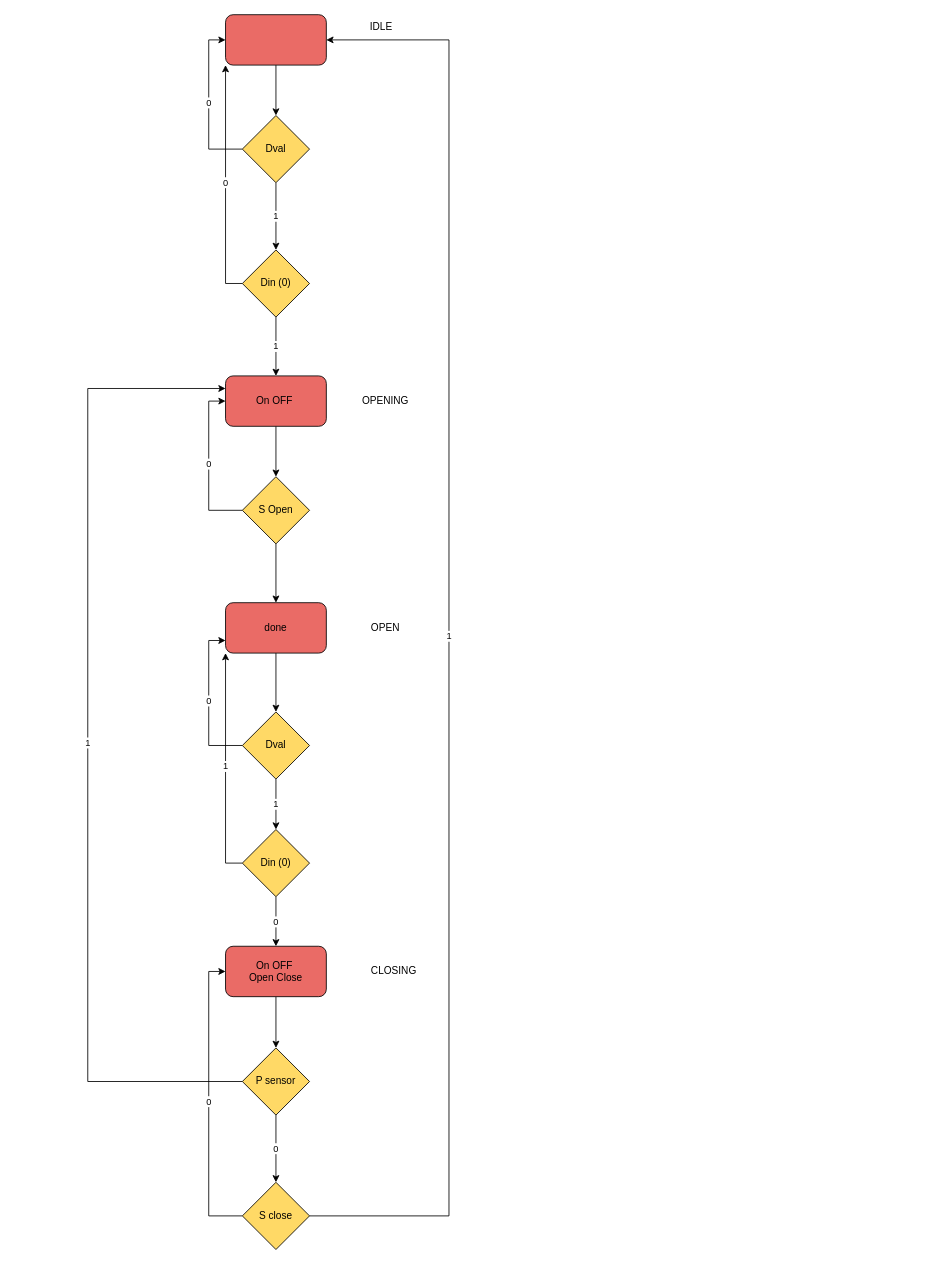
This is door_controller.drawio from alimertgok/Hardware-and-Software-Lab, a draw.io file, before an edit. Source tidied: cells renumbered, new cells numbered last; positions are measured from the earlier drawing's top-left corner, leaving out a move shared by most shapes. Both pictures are drawn from the tidied source at 84%, with x=0, y=0 at pixel (87, 14).
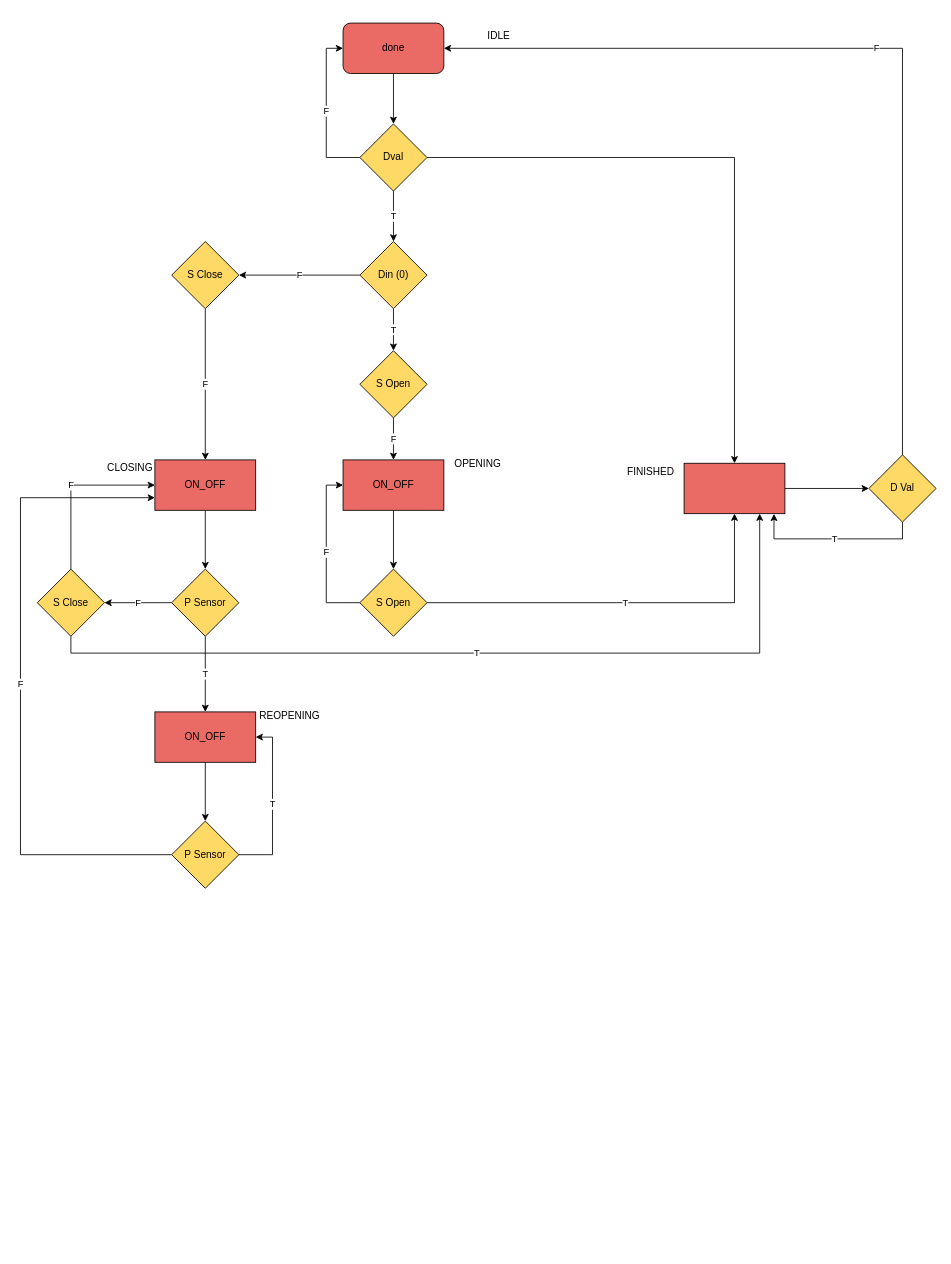
After the change.

What changed in the source:
```diff
@@
-    <mxCell id="3" style="rounded=1;whiteSpace=wrap;html=1;fillColor=#EA6B66;" parent="1" vertex="1">
-      <mxGeometry x="164" width="120" height="60" as="geometry" />
+    <mxCell id="3" value="done" style="rounded=1;whiteSpace=wrap;html=1;fillColor=#EA6B66;" parent="1" vertex="1">
+      <mxGeometry x="303.9" y="10" width="120" height="60" as="geometry" />
     </mxCell>
-    <mxCell id="4" value="1" style="edgeStyle=orthogonalEdgeStyle;rounded=0;jettySize=auto;html=1;" parent="1" edge="1" source="6" target="9">
+    <mxCell id="4" value="T" style="edgeStyle=orthogonalEdgeStyle;rounded=0;jettySize=auto;html=1;" parent="1" edge="1" source="6" target="9">
       <mxGeometry relative="1" as="geometry" />
     </mxCell>
+    <mxCell id="35" style="edgeStyle=orthogonalEdgeStyle;rounded=0;jettySize=auto;html=1;" parent="1" edge="1" source="6" target="46">
+      <mxGeometry relative="1" as="geometry" />
+    </mxCell>
-    <mxCell id="5" value="0" style="edgeStyle=orthogonalEdgeStyle;rounded=0;jettySize=auto;html=1;exitX=0;exitY=0.5;exitDx=0;exitDy=0;entryX=0;entryY=0.5;entryDx=0;entryDy=0;" parent="1" edge="1" source="6" target="3">
+    <mxCell id="5" value="F" style="edgeStyle=orthogonalEdgeStyle;rounded=0;jettySize=auto;html=1;exitX=0;exitY=0.5;exitDx=0;exitDy=0;entryX=0;entryY=0.5;entryDx=0;entryDy=0;" parent="1" edge="1" source="6" target="3">
       <mxGeometry relative="1" as="geometry" />
     </mxCell>
     <mxCell id="6" value="Dval" style="rhombus;whiteSpace=wrap;html=1;fillColor=#FFD966;" parent="1" vertex="1">
-      <mxGeometry x="184" y="120" width="80" height="80" as="geometry" />
+      <mxGeometry x="323.9" y="130" width="80" height="80" as="geometry" />
     </mxCell>
-    <mxCell id="7" value="0" style="edgeStyle=orthogonalEdgeStyle;rounded=0;jettySize=auto;html=1;exitX=0;exitY=0.5;exitDx=0;exitDy=0;entryX=0;entryY=1;entryDx=0;entryDy=0;" parent="1" edge="1" source="9" target="3">
-      <mxGeometry relative="1" as="geometry" />
-    </mxCell>
-    <mxCell id="8" value="1" style="edgeStyle=orthogonalEdgeStyle;rounded=0;jettySize=auto;html=1;" parent="1" edge="1" source="9" target="12">
-      <mxGeometry relative="1" as="geometry" />
-    </mxCell>
+    <mxCell id="36" value="T" style="edgeStyle=orthogonalEdgeStyle;rounded=0;jettySize=auto;html=1;exitX=0.5;exitY=1;exitDx=0;exitDy=0;entryX=0.5;entryY=0;entryDx=0;entryDy=0;" parent="1" edge="1" source="9" target="15">
+      <mxGeometry relative="1" as="geometry" />
+    </mxCell>
+    <mxCell id="37" value="F" style="edgeStyle=orthogonalEdgeStyle;rounded=0;jettySize=auto;html=1;" parent="1" edge="1" source="9" target="42">
+      <mxGeometry relative="1" as="geometry" />
+    </mxCell>
     <mxCell id="9" value="Din (0)" style="rhombus;whiteSpace=wrap;html=1;fillColor=#FFD966;" parent="1" vertex="1">
-      <mxGeometry x="184" y="280" width="80" height="80" as="geometry" />
+      <mxGeometry x="323.9" y="270" width="80" height="80" as="geometry" />
     </mxCell>
     <mxCell id="10" value="IDLE" style="text;html=1;align=center;verticalAlign=middle;strokeColor=none;fillColor=none;" parent="1" vertex="1">
-      <mxGeometry x="324" width="50" height="30" as="geometry" />
+      <mxGeometry x="463.9" y="10" width="50" height="30" as="geometry" />
     </mxCell>
-    <mxCell id="11" style="edgeStyle=orthogonalEdgeStyle;rounded=0;jettySize=auto;html=1;exitX=0.5;exitY=1;exitDx=0;exitDy=0;entryX=0.5;entryY=0;entryDx=0;entryDy=0;" parent="1" edge="1" source="12" target="15">
-      <mxGeometry relative="1" as="geometry" />
-    </mxCell>
-    <mxCell id="12" value="On OFF&amp;nbsp;" style="rounded=1;whiteSpace=wrap;html=1;fillColor=#EA6B66;" parent="1" vertex="1">
-      <mxGeometry x="164" y="430" width="120" height="60" as="geometry" />
-    </mxCell>
-    <mxCell id="13" value="0" style="edgeStyle=orthogonalEdgeStyle;rounded=0;jettySize=auto;html=1;exitX=0;exitY=0.5;exitDx=0;exitDy=0;entryX=0;entryY=0.5;entryDx=0;entryDy=0;" parent="1" edge="1" source="15" target="12">
-      <mxGeometry relative="1" as="geometry" />
-    </mxCell>
-    <mxCell id="14" style="edgeStyle=orthogonalEdgeStyle;rounded=0;jettySize=auto;html=1;exitX=0.5;exitY=1;exitDx=0;exitDy=0;entryX=0.5;entryY=0;entryDx=0;entryDy=0;" parent="1" edge="1" source="15" target="18">
-      <mxGeometry relative="1" as="geometry" />
-    </mxCell>
+    <mxCell id="16" value="OPENING" style="text;html=1;align=center;verticalAlign=middle;strokeColor=none;fillColor=none;" parent="1" vertex="1">
+      <mxGeometry x="423.9" y="520" width="80" height="30" as="geometry" />
+    </mxCell>
+    <mxCell id="38" value="F" style="edgeStyle=orthogonalEdgeStyle;rounded=0;jettySize=auto;html=1;exitX=0.5;exitY=1;exitDx=0;exitDy=0;entryX=0.5;entryY=0;entryDx=0;entryDy=0;" parent="1" edge="1" source="15" target="40">
+      <mxGeometry relative="1" as="geometry" />
+    </mxCell>
     <mxCell id="15" value="S Open" style="rhombus;whiteSpace=wrap;html=1;fillColor=#FFD966;" parent="1" vertex="1">
-      <mxGeometry x="184" y="550" width="80" height="80" as="geometry" />
+      <mxGeometry x="323.9" y="400" width="80" height="80" as="geometry" />
     </mxCell>
-    <mxCell id="16" value="OPENING" style="text;html=1;align=center;verticalAlign=middle;strokeColor=none;fillColor=none;" parent="1" vertex="1">
-      <mxGeometry x="314" y="445" width="80" height="30" as="geometry" />
-    </mxCell>
-    <mxCell id="17" style="edgeStyle=orthogonalEdgeStyle;rounded=0;jettySize=auto;html=1;exitX=0.5;exitY=1;exitDx=0;exitDy=0;entryX=0.5;entryY=0;entryDx=0;entryDy=0;" parent="1" edge="1" source="18" target="22">
-      <mxGeometry relative="1" as="geometry" />
-    </mxCell>
-    <mxCell id="18" value="done" style="rounded=1;whiteSpace=wrap;html=1;fillColor=#EA6B66;" parent="1" vertex="1">
-      <mxGeometry x="164" y="700" width="120" height="60" as="geometry" />
-    </mxCell>
-    <mxCell id="19" value="OPEN" style="text;html=1;align=center;verticalAlign=middle;strokeColor=none;fillColor=none;" parent="1" vertex="1">
-      <mxGeometry x="324" y="715" width="60" height="30" as="geometry" />
-    </mxCell>
-    <mxCell id="20" value="0" style="edgeStyle=orthogonalEdgeStyle;rounded=0;jettySize=auto;html=1;exitX=0;exitY=0.5;exitDx=0;exitDy=0;entryX=0;entryY=0.75;entryDx=0;entryDy=0;" parent="1" edge="1" source="22" target="18">
-      <mxGeometry relative="1" as="geometry" />
-    </mxCell>
-    <mxCell id="21" value="1" style="edgeStyle=orthogonalEdgeStyle;rounded=0;jettySize=auto;html=1;" parent="1" edge="1" source="22" target="25">
-      <mxGeometry relative="1" as="geometry" />
-    </mxCell>
-    <mxCell id="22" value="Dval" style="rhombus;whiteSpace=wrap;html=1;fillColor=#FFD966;" parent="1" vertex="1">
-      <mxGeometry x="184" y="830" width="80" height="80" as="geometry" />
-    </mxCell>
-    <mxCell id="23" value="1" style="edgeStyle=orthogonalEdgeStyle;rounded=0;jettySize=auto;html=1;exitX=0;exitY=0.5;exitDx=0;exitDy=0;entryX=0;entryY=1;entryDx=0;entryDy=0;" parent="1" edge="1" source="25" target="18">
-      <mxGeometry relative="1" as="geometry" />
-    </mxCell>
-    <mxCell id="24" value="0" style="edgeStyle=orthogonalEdgeStyle;rounded=0;jettySize=auto;html=1;exitX=0.5;exitY=1;exitDx=0;exitDy=0;" parent="1" edge="1" source="25" target="27">
-      <mxGeometry relative="1" as="geometry" />
-    </mxCell>
-    <mxCell id="25" value="Din (0)" style="rhombus;whiteSpace=wrap;html=1;fillColor=#FFD966;" parent="1" vertex="1">
-      <mxGeometry x="184" y="970" width="80" height="80" as="geometry" />
-    </mxCell>
-    <mxCell id="26" style="edgeStyle=orthogonalEdgeStyle;rounded=0;jettySize=auto;html=1;exitX=0.5;exitY=1;exitDx=0;exitDy=0;entryX=0.5;entryY=0;entryDx=0;entryDy=0;" parent="1" edge="1" source="27" target="30">
-      <mxGeometry relative="1" as="geometry" />
-    </mxCell>
-    <mxCell id="27" value="On OFF&amp;nbsp;&lt;br&gt;Open Close" style="rounded=1;whiteSpace=wrap;html=1;fillColor=#EA6B66;" parent="1" vertex="1">
-      <mxGeometry x="164" y="1109" width="120" height="60" as="geometry" />
-    </mxCell>
+    <mxCell id="39" style="edgeStyle=orthogonalEdgeStyle;rounded=0;jettySize=auto;html=1;" parent="1" edge="1" source="40" target="50">
+      <mxGeometry relative="1" as="geometry" />
+    </mxCell>
+    <mxCell id="40" value="ON_OFF" style="rounded=0;whiteSpace=wrap;html=1;fillColor=#EA6B66;" parent="1" vertex="1">
+      <mxGeometry x="303.9" y="530" width="120" height="60" as="geometry" />
+    </mxCell>
+    <mxCell id="41" value="F" style="edgeStyle=orthogonalEdgeStyle;rounded=0;jettySize=auto;html=1;" parent="1" edge="1" source="42" target="44">
+      <mxGeometry relative="1" as="geometry" />
+    </mxCell>
+    <mxCell id="42" value="S Close" style="rhombus;whiteSpace=wrap;html=1;fillColor=#FFD966;" parent="1" vertex="1">
+      <mxGeometry x="99.9" y="270" width="80" height="80" as="geometry" />
+    </mxCell>
+    <mxCell id="43" style="edgeStyle=orthogonalEdgeStyle;rounded=0;jettySize=auto;html=1;" parent="1" edge="1" source="44" target="53">
+      <mxGeometry relative="1" as="geometry" />
+    </mxCell>
+    <mxCell id="44" value="ON_OFF" style="whiteSpace=wrap;html=1;fillColor=#EA6B66;" parent="1" vertex="1">
+      <mxGeometry x="79.9" y="530" width="120" height="60" as="geometry" />
+    </mxCell>
     <mxCell id="28" value="CLOSING" style="text;html=1;align=center;verticalAlign=middle;strokeColor=none;fillColor=none;" parent="1" vertex="1">
-      <mxGeometry x="324" y="1124" width="80" height="30" as="geometry" />
+      <mxGeometry x="9.9" y="525" width="80" height="30" as="geometry" />
     </mxCell>
-    <mxCell id="29" value="0" style="edgeStyle=orthogonalEdgeStyle;rounded=0;jettySize=auto;html=1;" parent="1" edge="1" source="30" target="33">
-      <mxGeometry relative="1" as="geometry" />
-    </mxCell>
-    <mxCell id="30" value="P sensor" style="rhombus;whiteSpace=wrap;html=1;fillColor=#FFD966;" parent="1" vertex="1">
-      <mxGeometry x="184" y="1230" width="80" height="80" as="geometry" />
-    </mxCell>
-    <mxCell id="31" value="1" style="endArrow=classic;html=1;rounded=0;exitX=0;exitY=0.5;exitDx=0;exitDy=0;entryX=0;entryY=0.25;entryDx=0;entryDy=0;" parent="1" edge="1" source="30" target="12">
-      <mxGeometry relative="1" as="geometry">
-        <Array as="points">
-          <mxPoint y="1270" />
-          <mxPoint y="445" />
-        </Array>
-      </mxGeometry>
-    </mxCell>
-    <mxCell id="32" value="0" style="edgeStyle=orthogonalEdgeStyle;rounded=0;jettySize=auto;html=1;exitX=0;exitY=0.5;exitDx=0;exitDy=0;entryX=0;entryY=0.5;entryDx=0;entryDy=0;" parent="1" edge="1" source="33" target="27">
-      <mxGeometry relative="1" as="geometry" />
-    </mxCell>
-    <mxCell id="33" value="S close" style="rhombus;whiteSpace=wrap;html=1;fillColor=#FFD966;" parent="1" vertex="1">
-      <mxGeometry x="184" y="1390" width="80" height="80" as="geometry" />
-    </mxCell>
-    <mxCell id="34" value="1" style="endArrow=classic;html=1;rounded=0;exitX=1;exitY=0.5;exitDx=0;exitDy=0;entryX=1;entryY=0.5;entryDx=0;entryDy=0;" parent="1" edge="1" source="33" target="3">
-      <mxGeometry relative="1" as="geometry">
-        <Array as="points">
-          <mxPoint x="430" y="1430" />
-          <mxPoint x="430" y="30" />
-        </Array>
-      </mxGeometry>
-    </mxCell>
+    <mxCell id="45" style="edgeStyle=orthogonalEdgeStyle;rounded=0;jettySize=auto;html=1;" parent="1" edge="1" source="46" target="65">
+      <mxGeometry relative="1" as="geometry" />
+    </mxCell>
+    <mxCell id="46" style="whiteSpace=wrap;html=1;fillColor=#EA6B66;" parent="1" vertex="1">
+      <mxGeometry x="709.9" y="534" width="120" height="60" as="geometry" />
+    </mxCell>
+    <mxCell id="47" value="FINISHED" style="text;html=1;align=center;verticalAlign=middle;strokeColor=none;fillColor=none;" parent="1" vertex="1">
+      <mxGeometry x="629.9" y="530" width="80" height="30" as="geometry" />
+    </mxCell>
+    <mxCell id="48" value="T" style="edgeStyle=orthogonalEdgeStyle;rounded=0;jettySize=auto;html=1;exitX=1;exitY=0.5;exitDx=0;exitDy=0;entryX=0.5;entryY=1;entryDx=0;entryDy=0;" parent="1" edge="1" source="50" target="46">
+      <mxGeometry relative="1" as="geometry" />
+    </mxCell>
+    <mxCell id="49" value="F" style="edgeStyle=orthogonalEdgeStyle;rounded=0;jettySize=auto;html=1;exitX=0;exitY=0.5;exitDx=0;exitDy=0;entryX=0;entryY=0.5;entryDx=0;entryDy=0;" parent="1" edge="1" source="50" target="40">
+      <mxGeometry relative="1" as="geometry" />
+    </mxCell>
+    <mxCell id="50" value="S Open" style="rhombus;whiteSpace=wrap;html=1;rounded=0;fillColor=#FFD966;" parent="1" vertex="1">
+      <mxGeometry x="323.9" y="660" width="80" height="80" as="geometry" />
+    </mxCell>
+    <mxCell id="51" value="T" style="edgeStyle=orthogonalEdgeStyle;rounded=0;jettySize=auto;html=1;" parent="1" edge="1" source="53" target="55">
+      <mxGeometry relative="1" as="geometry" />
+    </mxCell>
+    <mxCell id="52" value="F" style="edgeStyle=orthogonalEdgeStyle;rounded=0;jettySize=auto;html=1;" parent="1" edge="1" source="53" target="59">
+      <mxGeometry relative="1" as="geometry" />
+    </mxCell>
+    <mxCell id="53" value="P Sensor" style="rhombus;whiteSpace=wrap;html=1;fillColor=#FFD966;" parent="1" vertex="1">
+      <mxGeometry x="99.9" y="660" width="80" height="80" as="geometry" />
+    </mxCell>
+    <mxCell id="54" style="edgeStyle=orthogonalEdgeStyle;rounded=0;jettySize=auto;html=1;" parent="1" edge="1" source="55" target="62">
+      <mxGeometry relative="1" as="geometry" />
+    </mxCell>
+    <mxCell id="55" value="ON_OFF" style="whiteSpace=wrap;html=1;fillColor=#EA6B66;" parent="1" vertex="1">
+      <mxGeometry x="79.9" y="830" width="120" height="60" as="geometry" />
+    </mxCell>
+    <mxCell id="56" value="REOPENING" style="text;html=1;align=center;verticalAlign=middle;strokeColor=none;fillColor=none;" parent="1" vertex="1">
+      <mxGeometry x="189.9" y="820" width="100" height="30" as="geometry" />
+    </mxCell>
+    <mxCell id="57" value="F" style="edgeStyle=orthogonalEdgeStyle;rounded=0;jettySize=auto;html=1;exitX=0.5;exitY=0;exitDx=0;exitDy=0;entryX=0;entryY=0.5;entryDx=0;entryDy=0;" parent="1" edge="1" source="59" target="44">
+      <mxGeometry relative="1" as="geometry" />
+    </mxCell>
+    <mxCell id="58" value="T" style="edgeStyle=orthogonalEdgeStyle;rounded=0;jettySize=auto;html=1;exitX=0.5;exitY=1;exitDx=0;exitDy=0;entryX=0.75;entryY=1;entryDx=0;entryDy=0;" parent="1" edge="1" source="59" target="46">
+      <mxGeometry relative="1" as="geometry">
+        <Array as="points">
+          <mxPoint x="-20.1" y="760" />
+          <mxPoint x="799.9" y="760" />
+        </Array>
+      </mxGeometry>
+    </mxCell>
+    <mxCell id="59" value="S Close" style="rhombus;whiteSpace=wrap;html=1;fillColor=#FFD966;" parent="1" vertex="1">
+      <mxGeometry x="-60.1" y="660" width="80" height="80" as="geometry" />
+    </mxCell>
+    <mxCell id="60" value="F" style="edgeStyle=orthogonalEdgeStyle;rounded=0;jettySize=auto;html=1;exitX=0;exitY=0.5;exitDx=0;exitDy=0;entryX=0;entryY=0.75;entryDx=0;entryDy=0;" parent="1" edge="1" source="62" target="44">
+      <mxGeometry relative="1" as="geometry">
+        <Array as="points">
+          <mxPoint x="-80.1" y="1000" />
+          <mxPoint x="-80.1" y="575" />
+        </Array>
+      </mxGeometry>
+    </mxCell>
+    <mxCell id="61" value="T" style="edgeStyle=orthogonalEdgeStyle;rounded=0;jettySize=auto;html=1;exitX=1;exitY=0.5;exitDx=0;exitDy=0;entryX=1;entryY=0.5;entryDx=0;entryDy=0;" parent="1" edge="1" source="62" target="55">
+      <mxGeometry relative="1" as="geometry">
+        <Array as="points">
+          <mxPoint x="219.9" y="1000" />
+          <mxPoint x="219.9" y="860" />
+        </Array>
+      </mxGeometry>
+    </mxCell>
+    <mxCell id="62" value="P Sensor" style="rhombus;whiteSpace=wrap;html=1;fillColor=#FFD966;" parent="1" vertex="1">
+      <mxGeometry x="99.9" y="960" width="80" height="80" as="geometry" />
+    </mxCell>
+    <mxCell id="63" value="F" style="edgeStyle=orthogonalEdgeStyle;rounded=0;jettySize=auto;html=1;exitX=0.5;exitY=0;exitDx=0;exitDy=0;entryX=1;entryY=0.5;entryDx=0;entryDy=0;" parent="1" edge="1" source="65" target="3">
+      <mxGeometry relative="1" as="geometry" />
+    </mxCell>
+    <mxCell id="64" value="T" style="edgeStyle=orthogonalEdgeStyle;rounded=0;jettySize=auto;html=1;exitX=0.5;exitY=1;exitDx=0;exitDy=0;entryX=0.892;entryY=1.004;entryDx=0;entryDy=0;entryPerimeter=0;" parent="1" edge="1" source="65" target="46">
+      <mxGeometry relative="1" as="geometry" />
+    </mxCell>
+    <mxCell id="65" value="D Val" style="rhombus;whiteSpace=wrap;html=1;fillColor=#FFD966;" parent="1" vertex="1">
+      <mxGeometry x="929.9" y="524" width="80" height="80" as="geometry" />
+    </mxCell>
```
